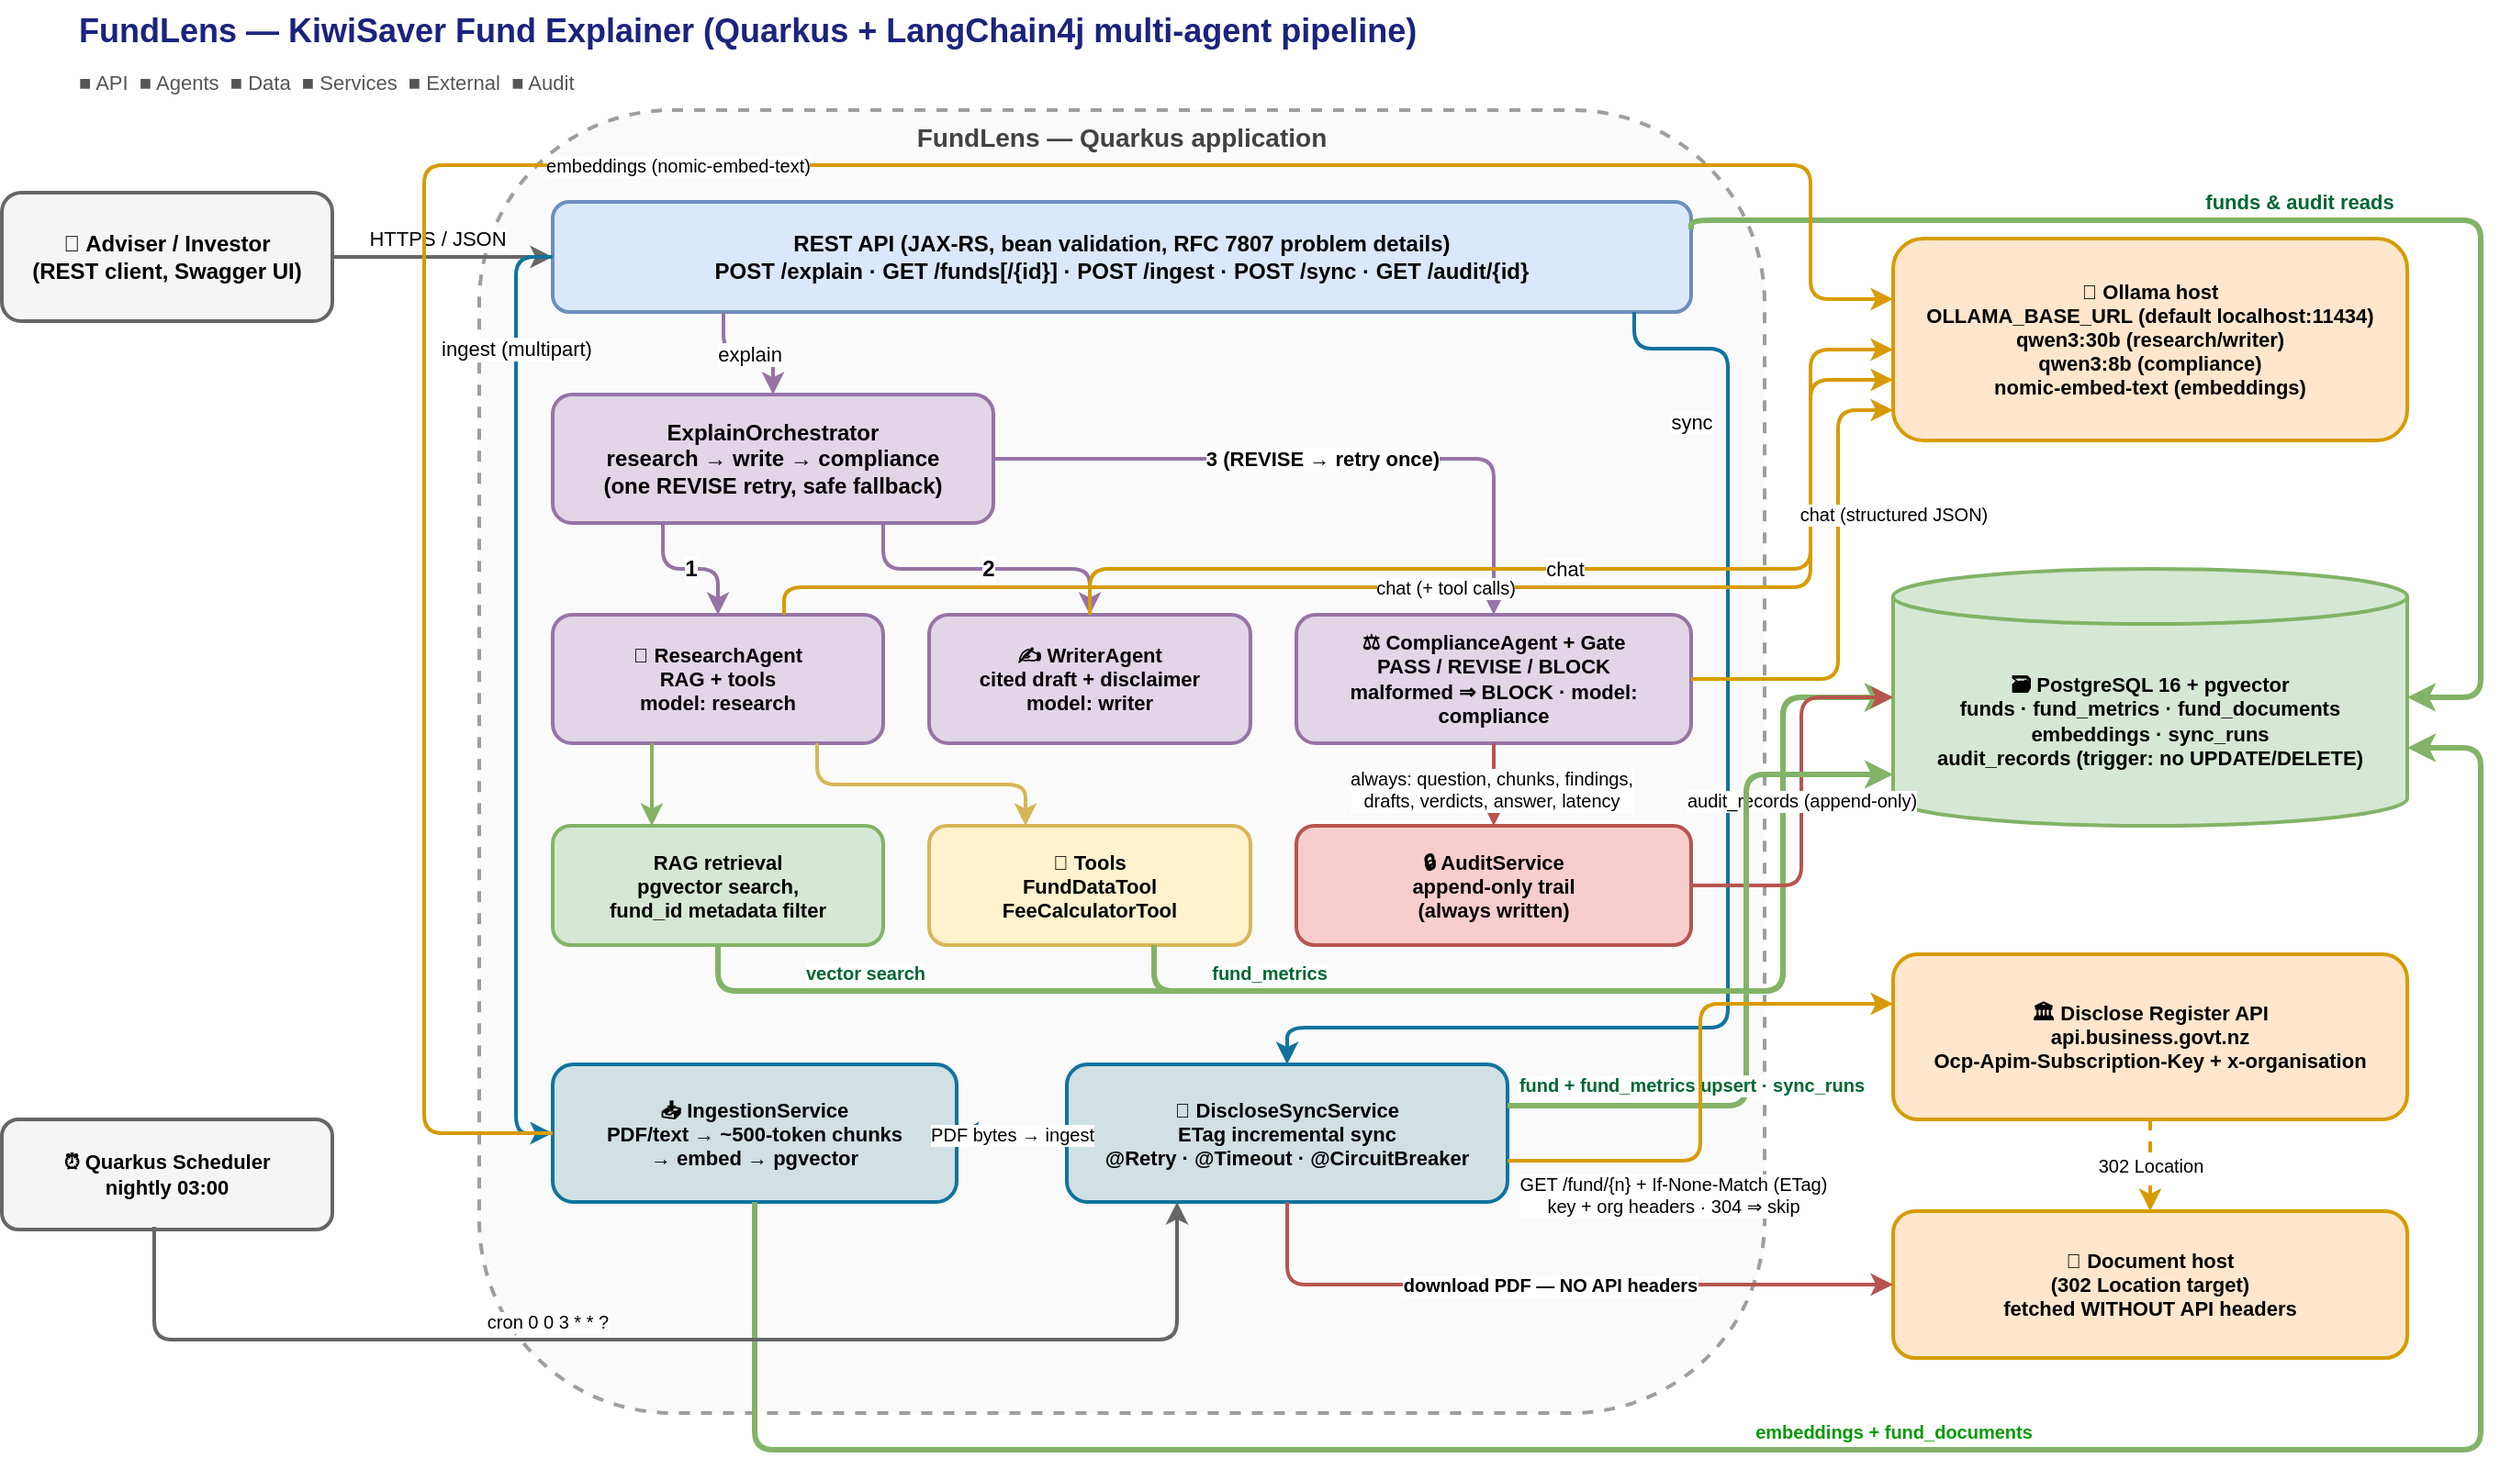
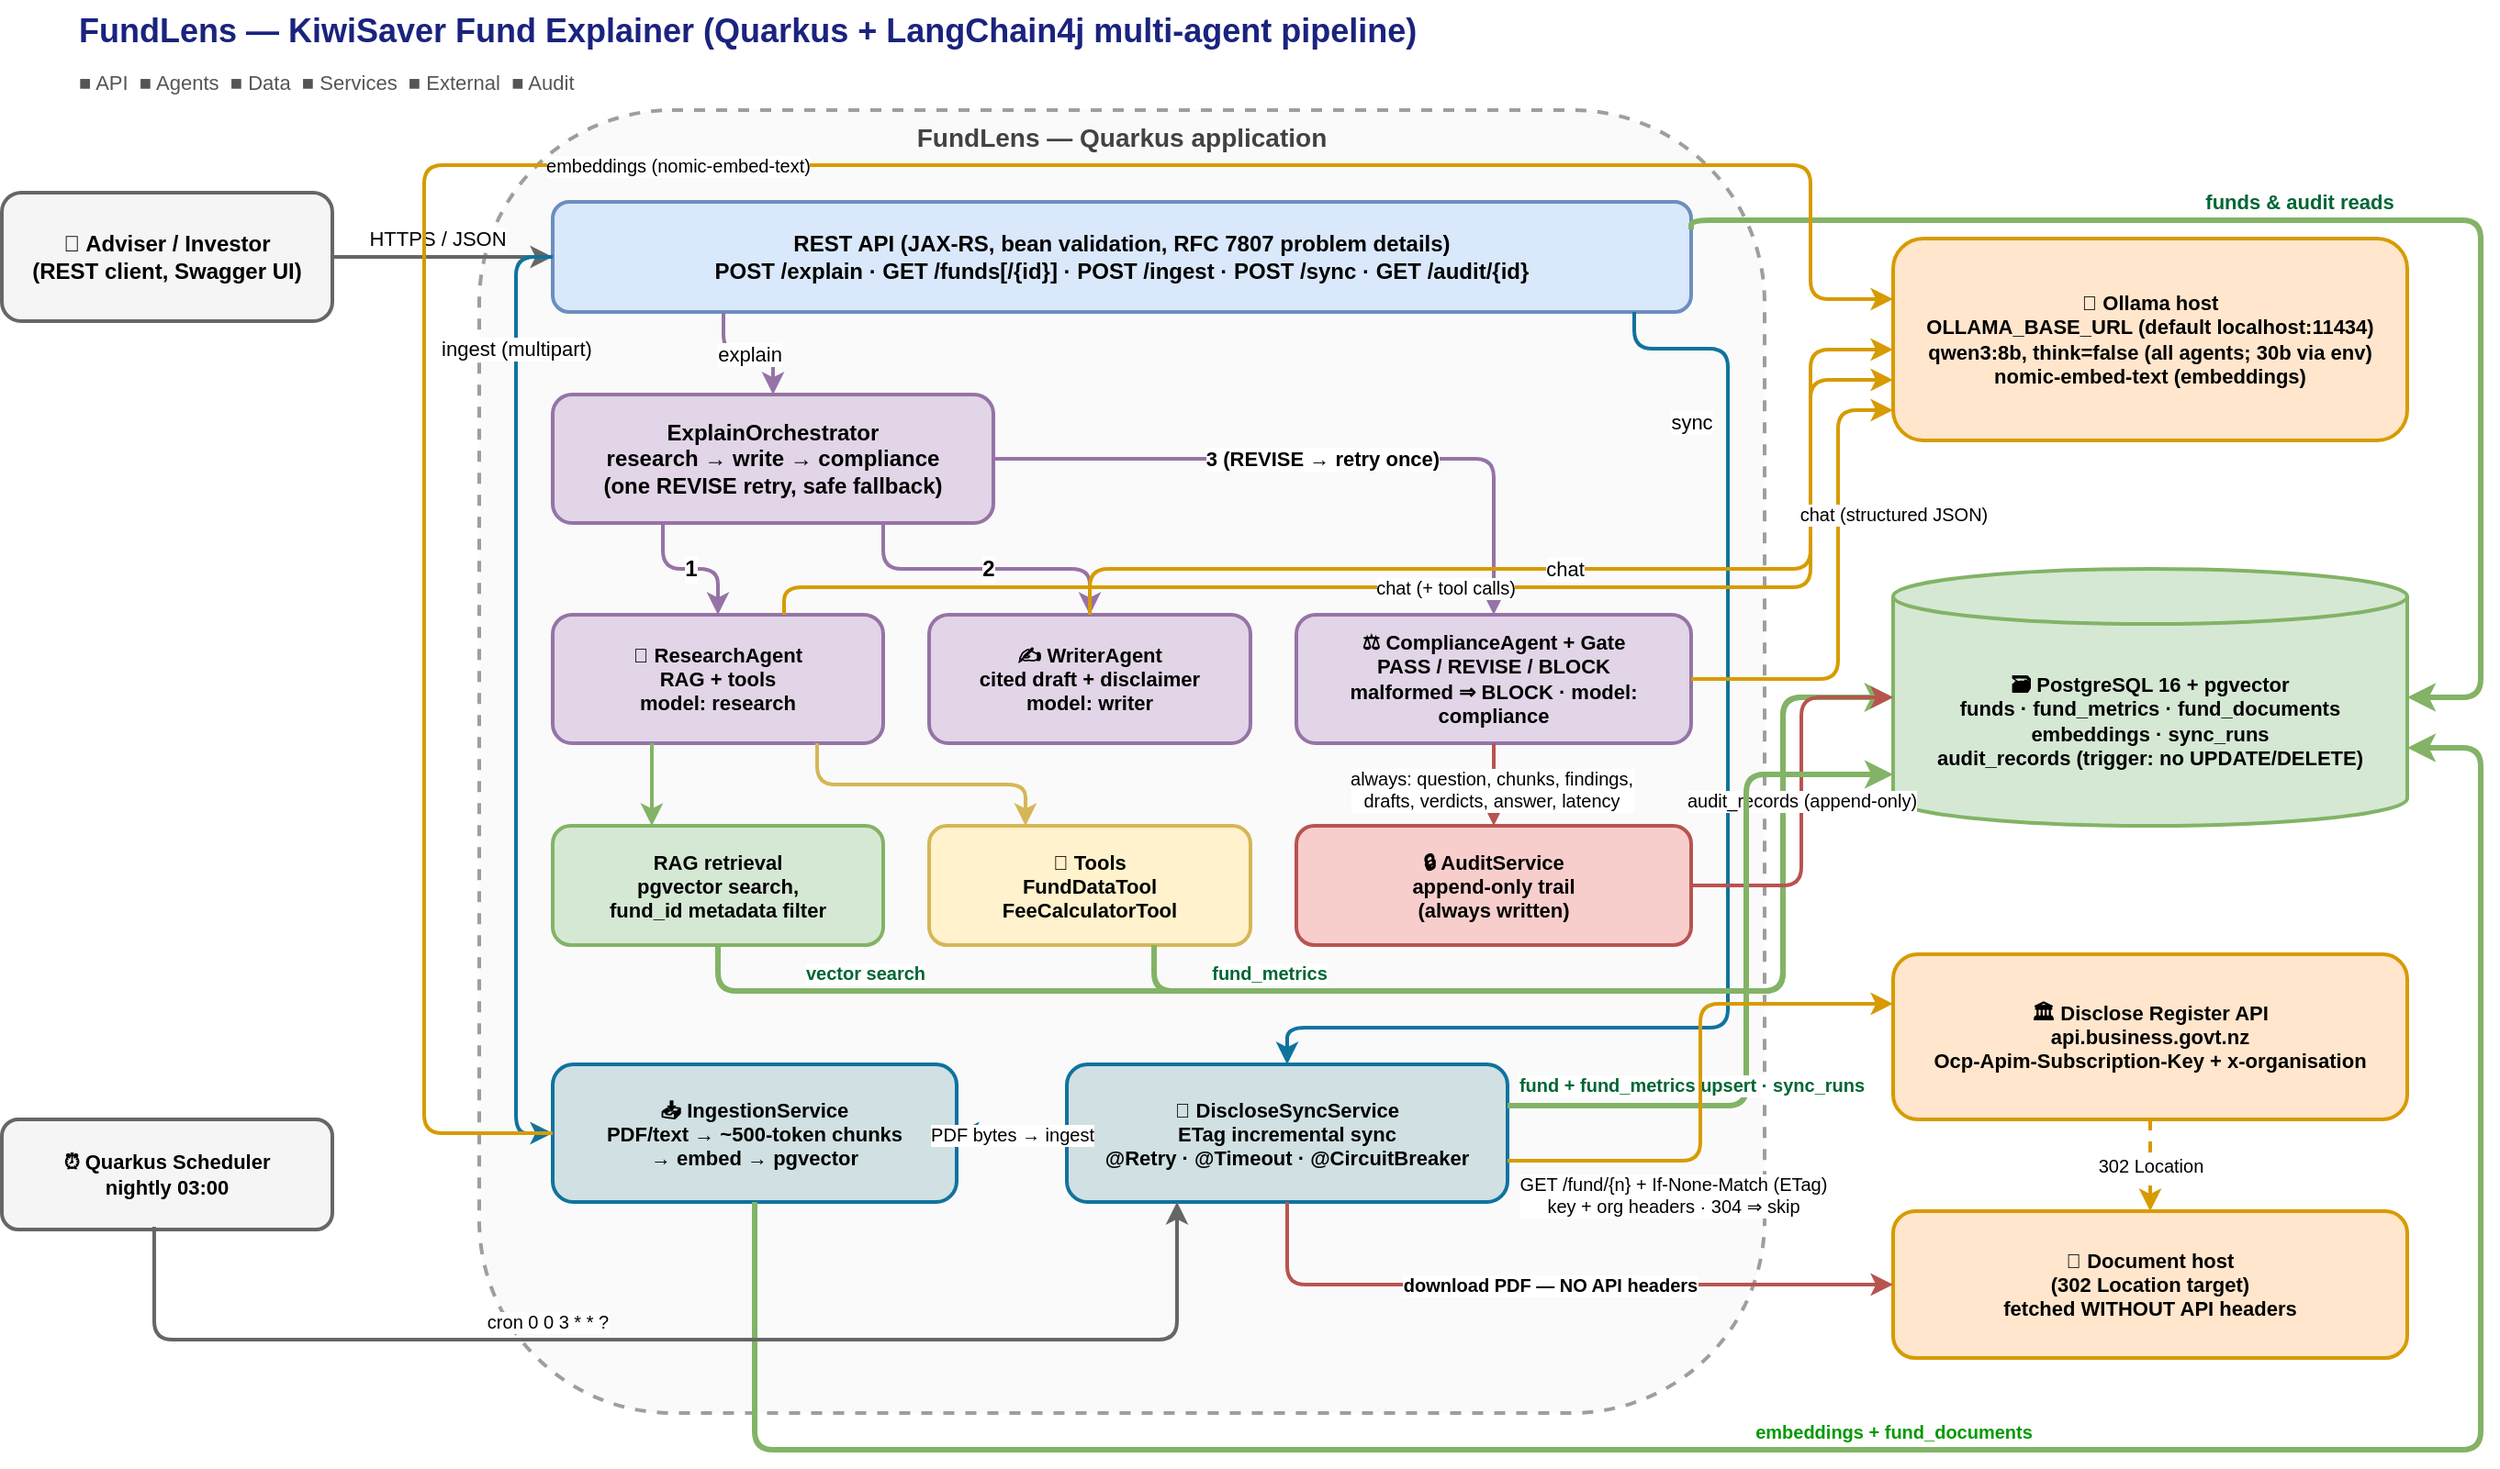
<mxfile host="Electron" agent="FundLens">
  <diagram id="fundlens-arch" name="FundLens Architecture">
    <mxGraphModel dx="2779" dy="850" grid="1" gridSize="10" guides="1" tooltips="1" connect="1" arrows="1" fold="1" page="1" pageScale="1" pageWidth="1400" pageHeight="950" math="0" shadow="0">
      <root>
        <mxCell id="0" />
        <mxCell id="1" parent="0" />
        <mxCell id="title" parent="1" style="text;html=1;fontSize=18;fontStyle=1;fontColor=#1A237E;align=left;" value="FundLens — KiwiSaver Fund Explainer (Quarkus + LangChain4j multi-agent pipeline)" vertex="1">
          <mxGeometry height="30" width="900" x="40" y="20" as="geometry" />
        </mxCell>
        <mxCell id="legend" parent="1" style="text;html=1;fontSize=11;fontColor=#555555;align=left;" value="■ API  ■ Agents  ■ Data  ■ Services  ■ External  ■ Audit" vertex="1">
          <mxGeometry height="20" width="600" x="40" y="52" as="geometry" />
        </mxCell>
        <mxCell id="client" parent="1" style="rounded=1;whiteSpace=wrap;html=1;fillColor=#f5f5f5;strokeColor=#666666;fontSize=12;fontStyle=1;strokeWidth=2;" value="👤 Adviser / Investor&#xa;(REST client, Swagger UI)" vertex="1">
          <mxGeometry height="70" width="180" y="125" as="geometry" />
        </mxCell>
        <mxCell id="scheduler" parent="1" style="rounded=1;whiteSpace=wrap;html=1;fillColor=#f5f5f5;strokeColor=#666666;fontSize=11;fontStyle=1;strokeWidth=2;" value="⏰ Quarkus Scheduler&#xa;nightly 03:00" vertex="1">
          <mxGeometry height="60" width="180" y="630" as="geometry" />
        </mxCell>
        <mxCell id="app" parent="1" style="rounded=1;whiteSpace=wrap;html=1;fillColor=#FAFAFA;strokeColor=#9E9E9E;verticalAlign=top;fontSize=14;fontStyle=1;fontColor=#424242;dashed=1;strokeWidth=2;" value="FundLens — Quarkus application" vertex="1">
          <mxGeometry height="710" width="700" x="260" y="80" as="geometry" />
        </mxCell>
        <mxCell id="api" parent="1" style="rounded=1;whiteSpace=wrap;html=1;fillColor=#dae8fc;strokeColor=#6c8ebf;fontSize=12;fontStyle=1;strokeWidth=2;" value="REST API (JAX-RS, bean validation, RFC 7807 problem details)&#xa;POST /explain · GET /funds[/{id}] · POST /ingest · POST /sync · GET /audit/{id}" vertex="1">
          <mxGeometry height="60" width="620" x="300" y="130" as="geometry" />
        </mxCell>
        <mxCell id="orchestrator" parent="1" style="rounded=1;whiteSpace=wrap;html=1;fillColor=#e1d5e7;strokeColor=#9673a6;fontSize=12;fontStyle=1;strokeWidth=2;" value="ExplainOrchestrator&#xa;research → write → compliance&#xa;(one REVISE retry, safe fallback)" vertex="1">
          <mxGeometry height="70" width="240" x="300" y="235" as="geometry" />
        </mxCell>
        <mxCell id="research" parent="1" style="rounded=1;whiteSpace=wrap;html=1;fillColor=#e1d5e7;strokeColor=#9673a6;fontSize=11;fontStyle=1;strokeWidth=2;" value="🤖 ResearchAgent&#xa;RAG + tools&#xa;model: research" vertex="1">
          <mxGeometry height="70" width="180" x="300" y="355" as="geometry" />
        </mxCell>
        <mxCell id="writer" parent="1" style="rounded=1;whiteSpace=wrap;html=1;fillColor=#e1d5e7;strokeColor=#9673a6;fontSize=11;fontStyle=1;strokeWidth=2;" value="✍ WriterAgent&#xa;cited draft + disclaimer&#xa;model: writer" vertex="1">
          <mxGeometry height="70" width="175" x="505" y="355" as="geometry" />
        </mxCell>
        <mxCell id="compliance" parent="1" style="rounded=1;whiteSpace=wrap;html=1;fillColor=#e1d5e7;strokeColor=#9673a6;fontSize=11;fontStyle=1;strokeWidth=2;" value="⚖ ComplianceAgent + Gate&#xa;PASS / REVISE / BLOCK&#xa;malformed ⇒ BLOCK · model: compliance" vertex="1">
          <mxGeometry height="70" width="215" x="705" y="355" as="geometry" />
        </mxCell>
        <mxCell id="rag" parent="1" style="rounded=1;whiteSpace=wrap;html=1;fillColor=#d5e8d4;strokeColor=#82b366;fontSize=11;fontStyle=1;strokeWidth=2;" value="RAG retrieval&#xa;pgvector search,&#xa;fund_id metadata filter" vertex="1">
          <mxGeometry height="65" width="180" x="300" y="470" as="geometry" />
        </mxCell>
        <mxCell id="tools" parent="1" style="rounded=1;whiteSpace=wrap;html=1;fillColor=#fff2cc;strokeColor=#d6b656;fontSize=11;fontStyle=1;strokeWidth=2;" value="🔧 Tools&#xa;FundDataTool&#xa;FeeCalculatorTool" vertex="1">
          <mxGeometry height="65" width="175" x="505" y="470" as="geometry" />
        </mxCell>
        <mxCell id="audit" parent="1" style="rounded=1;whiteSpace=wrap;html=1;fillColor=#f8cecc;strokeColor=#b85450;fontSize=11;fontStyle=1;strokeWidth=2;" value="🔒 AuditService&#xa;append-only trail&#xa;(always written)" vertex="1">
          <mxGeometry height="65" width="215" x="705" y="470" as="geometry" />
        </mxCell>
        <mxCell id="ingestion" parent="1" style="rounded=1;whiteSpace=wrap;html=1;fillColor=#d0e0e3;strokeColor=#10739e;fontSize=11;fontStyle=1;strokeWidth=2;" value="📥 IngestionService&#xa;PDF/text → ~500-token chunks&#xa;→ embed → pgvector" vertex="1">
          <mxGeometry height="75" width="220" x="300" y="600" as="geometry" />
        </mxCell>
        <mxCell id="sync" parent="1" style="rounded=1;whiteSpace=wrap;html=1;fillColor=#d0e0e3;strokeColor=#10739e;fontSize=11;fontStyle=1;strokeWidth=2;" value="🔄 DiscloseSyncService&#xa;ETag incremental sync&#xa;@Retry · @Timeout · @CircuitBreaker" vertex="1">
          <mxGeometry height="75" width="240" x="580" y="600" as="geometry" />
        </mxCell>
-         <mxCell id="ollama" parent="1" style="rounded=1;whiteSpace=wrap;html=1;fillColor=#ffe6cc;strokeColor=#d79b00;fontSize=11;fontStyle=1;strokeWidth=2;" value="🧠 Ollama host&#xa;OLLAMA_BASE_URL (default localhost:11434)&#xa;qwen3:30b (research/writer)&#xa;qwen3:8b (compliance)&#xa;nomic-embed-text (embeddings)" vertex="1">
+         <mxCell id="ollama" parent="1" style="rounded=1;whiteSpace=wrap;html=1;fillColor=#ffe6cc;strokeColor=#d79b00;fontSize=11;fontStyle=1;strokeWidth=2;" value="🧠 Ollama host&#xa;OLLAMA_BASE_URL (default localhost:11434)&#xa;qwen3:8b, think=false (all agents; 30b via env)&#xa;nomic-embed-text (embeddings)" vertex="1">
          <mxGeometry height="110" width="280" x="1030" y="150" as="geometry" />
        </mxCell>
        <mxCell id="postgres" parent="1" style="shape=cylinder3;whiteSpace=wrap;html=1;boundedLbl=1;backgroundOutline=1;size=15;fillColor=#d5e8d4;strokeColor=#82b366;fontSize=11;fontStyle=1;strokeWidth=2;" value="🗃 PostgreSQL 16 + pgvector&#xa;funds · fund_metrics · fund_documents&#xa;embeddings · sync_runs&#xa;audit_records (trigger: no UPDATE/DELETE)" vertex="1">
          <mxGeometry height="140" width="280" x="1030" y="330" as="geometry" />
        </mxCell>
        <mxCell id="disclose" parent="1" style="rounded=1;whiteSpace=wrap;html=1;fillColor=#ffe6cc;strokeColor=#d79b00;fontSize=11;fontStyle=1;strokeWidth=2;" value="🏛 Disclose Register API&#xa;api.business.govt.nz&#xa;Ocp-Apim-Subscription-Key + x-organisation" vertex="1">
          <mxGeometry height="90" width="280" x="1030" y="540" as="geometry" />
        </mxCell>
        <mxCell id="filehost" parent="1" style="rounded=1;whiteSpace=wrap;html=1;fillColor=#ffe6cc;strokeColor=#d79b00;fontSize=11;fontStyle=1;strokeWidth=2;" value="📄 Document host&#xa;(302 Location target)&#xa;fetched WITHOUT API headers" vertex="1">
          <mxGeometry height="80" width="280" x="1030" y="680" as="geometry" />
        </mxCell>
        <mxCell id="eClientApi" edge="1" parent="1" source="client" style="edgeStyle=orthogonalEdgeStyle;rounded=1;html=1;strokeColor=#666666;strokeWidth=2;fontSize=11;labelBackgroundColor=#ffffff;exitX=1;exitY=0.5;entryX=0;entryY=0.5;" target="api" value="HTTPS / JSON">
          <mxGeometry relative="1" x="0.037" y="11" as="geometry">
            <mxPoint x="-5" y="1" as="offset" />
          </mxGeometry>
        </mxCell>
        <mxCell id="eApiOrch" edge="1" parent="1" source="api" style="edgeStyle=orthogonalEdgeStyle;rounded=1;html=1;strokeColor=#9673a6;strokeWidth=2;fontSize=11;labelBackgroundColor=#ffffff;exitX=0.15;exitY=1;entryX=0.5;entryY=0;" target="orchestrator" value="explain">
          <mxGeometry relative="1" as="geometry" />
        </mxCell>
        <mxCell id="eApiIngest" edge="1" parent="1" source="api" style="edgeStyle=orthogonalEdgeStyle;rounded=1;html=1;strokeColor=#10739e;strokeWidth=2;fontSize=11;labelBackgroundColor=#ffffff;exitX=0;exitY=0.5;entryX=0;entryY=0.5;" target="ingestion" value="ingest (multipart)">
          <mxGeometry relative="1" x="-0.7295" as="geometry">
            <mxPoint as="offset" />
            <Array as="points">
              <mxPoint x="280" y="160" />
              <mxPoint x="280" y="637" />
            </Array>
          </mxGeometry>
        </mxCell>
        <mxCell id="eApiSync" edge="1" parent="1" source="api" style="edgeStyle=orthogonalEdgeStyle;rounded=1;html=1;strokeColor=#10739e;strokeWidth=2;fontSize=11;labelBackgroundColor=#ffffff;exitX=0.95;exitY=1;entryX=0.5;entryY=0;" target="sync" value="sync">
          <mxGeometry relative="1" x="-0.6833" y="-20" as="geometry">
            <mxPoint as="offset" />
            <Array as="points">
              <mxPoint x="940" y="210" />
              <mxPoint x="940" y="580" />
              <mxPoint x="700" y="580" />
            </Array>
          </mxGeometry>
        </mxCell>
        <mxCell id="eApiPg" edge="1" parent="1" source="api" style="rounded=1;html=1;strokeColor=#82b366;strokeWidth=3;fontSize=11;labelBackgroundColor=#ffffff;entryX=1;entryY=0.5;entryDx=0;entryDy=0;entryPerimeter=0;edgeStyle=orthogonalEdgeStyle;exitX=1;exitY=0.25;exitDx=0;exitDy=0;" target="postgres" value="&lt;b&gt;&lt;font style=&quot;color: rgb(0, 102, 51);&quot;&gt;funds &amp;amp; audit reads&lt;/font&gt;&lt;/b&gt;">
          <mxGeometry relative="1" x="-0.087" y="10" as="geometry">
            <mxPoint as="offset" />
            <Array as="points">
              <mxPoint x="920" y="140" />
              <mxPoint x="1350" y="140" />
              <mxPoint x="1350" y="400" />
            </Array>
          </mxGeometry>
        </mxCell>
        <mxCell id="eOrchResearch" edge="1" parent="1" source="orchestrator" style="edgeStyle=orthogonalEdgeStyle;rounded=1;html=1;strokeColor=#9673a6;strokeWidth=2;fontSize=12;fontStyle=1;labelBackgroundColor=#ffffff;exitX=0.25;exitY=1;entryX=0.5;entryY=0;" target="research" value="1">
          <mxGeometry relative="1" as="geometry" />
        </mxCell>
        <mxCell id="eOrchWriter" edge="1" parent="1" source="orchestrator" style="edgeStyle=orthogonalEdgeStyle;rounded=1;html=1;strokeColor=#9673a6;strokeWidth=2;fontSize=12;fontStyle=1;labelBackgroundColor=#ffffff;exitX=0.75;exitY=1;entryX=0.5;entryY=0;" target="writer" value="2">
          <mxGeometry relative="1" as="geometry" />
        </mxCell>
        <mxCell id="eOrchCompliance" edge="1" parent="1" source="orchestrator" style="edgeStyle=orthogonalEdgeStyle;rounded=1;html=1;strokeColor=#9673a6;strokeWidth=2;fontSize=11;fontStyle=1;labelBackgroundColor=#ffffff;exitX=1;exitY=0.5;entryX=0.5;entryY=0;" target="compliance" value="3 (REVISE → retry once)">
          <mxGeometry relative="1" as="geometry">
            <Array as="points">
              <mxPoint x="812" y="270" />
            </Array>
          </mxGeometry>
        </mxCell>
        <mxCell id="eResearchRag" edge="1" parent="1" source="research" style="edgeStyle=orthogonalEdgeStyle;rounded=1;html=1;strokeColor=#82b366;strokeWidth=2;fontSize=11;exitX=0.3;exitY=1;entryX=0.3;entryY=0;" target="rag" value="">
          <mxGeometry relative="1" as="geometry" />
        </mxCell>
        <mxCell id="eResearchTools" edge="1" parent="1" source="research" style="edgeStyle=orthogonalEdgeStyle;rounded=1;html=1;strokeColor=#d6b656;strokeWidth=2;fontSize=11;exitX=0.8;exitY=1;entryX=0.3;entryY=0;" target="tools" value="">
          <mxGeometry relative="1" as="geometry" />
        </mxCell>
        <mxCell id="eOrchAudit" edge="1" parent="1" source="compliance" style="edgeStyle=orthogonalEdgeStyle;rounded=1;html=1;strokeColor=#b85450;strokeWidth=2;fontSize=10;labelBackgroundColor=#ffffff;exitX=0.5;exitY=1;entryX=0.5;entryY=0;dashed=0;" target="audit" value="always: question, chunks, findings,&#xa;drafts, verdicts, answer, latency">
          <mxGeometry relative="1" x="0.1111" y="-2" as="geometry">
            <mxPoint as="offset" />
          </mxGeometry>
        </mxCell>
        <mxCell id="eResearchOllama" edge="1" parent="1" source="research" style="edgeStyle=orthogonalEdgeStyle;rounded=1;html=1;strokeColor=#d79b00;strokeWidth=2;fontSize=10;labelBackgroundColor=#ffffff;exitX=0.7;exitY=0;entryX=0;entryY=0.55;" target="ollama" value="chat (+ tool calls)">
          <mxGeometry relative="1" as="geometry">
            <Array as="points">
              <mxPoint x="426" y="340" />
              <mxPoint x="985" y="340" />
              <mxPoint x="985" y="211" />
            </Array>
          </mxGeometry>
        </mxCell>
        <mxCell id="eWriterOllama" edge="1" parent="1" source="writer" style="edgeStyle=orthogonalEdgeStyle;rounded=1;html=1;strokeColor=#d79b00;strokeWidth=2;fontSize=11;labelBackgroundColor=#ffffff;exitX=0.5;exitY=0;entryX=0;entryY=0.7;" target="ollama" value="chat">
          <mxGeometry relative="1" as="geometry">
            <Array as="points">
              <mxPoint x="592" y="330" />
              <mxPoint x="985" y="330" />
              <mxPoint x="985" y="227" />
            </Array>
          </mxGeometry>
        </mxCell>
        <mxCell id="eComplianceOllama" edge="1" parent="1" source="compliance" style="edgeStyle=orthogonalEdgeStyle;rounded=1;html=1;strokeColor=#d79b00;strokeWidth=2;fontSize=10;labelBackgroundColor=#ffffff;exitX=1;exitY=0.5;entryX=0;entryY=0.85;" target="ollama" value="chat (structured JSON)">
          <mxGeometry relative="1" x="0.3255" y="-30" as="geometry">
            <mxPoint as="offset" />
            <Array as="points">
              <mxPoint x="1000" y="390" />
              <mxPoint x="1000" y="243" />
            </Array>
          </mxGeometry>
        </mxCell>
        <mxCell id="eIngestOllama" edge="1" parent="1" source="ingestion" style="edgeStyle=orthogonalEdgeStyle;rounded=1;html=1;strokeColor=#d79b00;strokeWidth=2;fontSize=10;labelBackgroundColor=#ffffff;exitX=0;exitY=0.5;entryX=0;entryY=0.3;" target="ollama" value="embeddings (nomic-embed-text)">
          <mxGeometry relative="1" as="geometry">
            <Array as="points">
              <mxPoint x="230" y="638" />
              <mxPoint x="230" y="110" />
              <mxPoint x="985" y="110" />
              <mxPoint x="985" y="183" />
            </Array>
          </mxGeometry>
        </mxCell>
        <mxCell id="eRagPg" edge="1" parent="1" source="rag" style="edgeStyle=orthogonalEdgeStyle;rounded=1;html=1;strokeColor=#82b366;strokeWidth=3;fontSize=10;labelBackgroundColor=#ffffff;exitX=0.5;exitY=1;entryX=0;entryY=0.5;" target="postgres" value="&lt;b&gt;&lt;font style=&quot;color: rgb(0, 102, 51);&quot;&gt;vector search&lt;/font&gt;&lt;/b&gt;">
          <mxGeometry relative="1" x="-0.7455" y="10" as="geometry">
            <mxPoint as="offset" />
            <Array as="points">
              <mxPoint x="390" y="560" />
              <mxPoint x="970" y="560" />
              <mxPoint x="970" y="400" />
            </Array>
          </mxGeometry>
        </mxCell>
        <mxCell id="eToolsPg" edge="1" parent="1" source="tools" style="edgeStyle=orthogonalEdgeStyle;rounded=1;html=1;strokeColor=#82b366;strokeWidth=3;fontSize=10;labelBackgroundColor=#ffffff;exitX=0.7;exitY=1;entryX=0;entryY=0.5;" target="postgres" value="&lt;b&gt;&lt;font style=&quot;color: rgb(0, 102, 51);&quot;&gt;fund_metrics&lt;/font&gt;&lt;/b&gt;">
          <mxGeometry relative="1" x="-0.7021" y="10" as="geometry">
            <mxPoint as="offset" />
            <Array as="points">
              <mxPoint x="627" y="560" />
              <mxPoint x="970" y="560" />
              <mxPoint x="970" y="400" />
            </Array>
          </mxGeometry>
        </mxCell>
        <mxCell id="eAuditPg" edge="1" parent="1" source="audit" style="edgeStyle=orthogonalEdgeStyle;rounded=1;html=1;strokeColor=#b85450;strokeWidth=2;fontSize=10;labelBackgroundColor=#ffffff;exitX=1;exitY=0.5;entryX=0;entryY=0.5;" target="postgres" value="audit_records (append-only)">
          <mxGeometry relative="1" as="geometry">
            <Array as="points">
              <mxPoint x="980" y="503" />
              <mxPoint x="980" y="400" />
            </Array>
          </mxGeometry>
        </mxCell>
        <mxCell id="eIngestPg" edge="1" parent="1" source="ingestion" style="edgeStyle=orthogonalEdgeStyle;rounded=1;html=1;strokeColor=#82b366;strokeWidth=3;fontSize=10;labelBackgroundColor=#ffffff;exitX=0.5;exitY=1;entryX=1;entryY=0;entryDx=0;entryDy=97.5;entryPerimeter=0;" target="postgres" value="&lt;b&gt;&lt;font style=&quot;color: rgb(0, 153, 0);&quot;&gt;embeddings + fund_documents&lt;/font&gt;&lt;/b&gt;">
          <mxGeometry relative="1" x="0.0083" y="10" as="geometry">
            <mxPoint as="offset" />
            <Array as="points">
              <mxPoint x="410" y="810" />
              <mxPoint x="1350" y="810" />
              <mxPoint x="1350" y="428" />
            </Array>
          </mxGeometry>
        </mxCell>
        <mxCell id="eSyncPg" edge="1" parent="1" source="sync" style="rounded=1;html=1;strokeColor=#82b366;strokeWidth=3;fontSize=10;labelBackgroundColor=#ffffff;exitX=1;exitY=0.3;entryX=0;entryY=0.8;edgeStyle=orthogonalEdgeStyle;" target="postgres" value="&lt;font style=&quot;color: rgb(0, 102, 51);&quot;&gt;&lt;b style=&quot;&quot;&gt;fund + fund_metrics upsert · sync_runs&lt;/b&gt;&lt;/font&gt;">
          <mxGeometry relative="1" x="-0.4878" y="13" as="geometry">
            <mxPoint y="1" as="offset" />
            <Array as="points">
              <mxPoint x="950" y="623" />
              <mxPoint x="950" y="442" />
            </Array>
          </mxGeometry>
        </mxCell>
        <mxCell id="eSyncDisclose" edge="1" parent="1" source="sync" style="edgeStyle=orthogonalEdgeStyle;rounded=1;html=1;strokeColor=#d79b00;strokeWidth=2;fontSize=10;labelBackgroundColor=#ffffff;exitX=1;exitY=0.7;entryX=0;entryY=0.3;" target="disclose" value="GET /fund/{n} + If-None-Match (ETag)&#xa;key + org headers · 304 ⇒ skip">
          <mxGeometry relative="1" x="-0.3909" y="-17" as="geometry">
            <mxPoint y="1" as="offset" />
            <Array as="points">
              <mxPoint x="925" y="653" />
              <mxPoint x="925" y="567" />
            </Array>
          </mxGeometry>
        </mxCell>
        <mxCell id="eDiscloseFilehost" edge="1" parent="1" source="disclose" style="edgeStyle=orthogonalEdgeStyle;rounded=1;html=1;strokeColor=#d79b00;strokeWidth=2;fontSize=10;labelBackgroundColor=#ffffff;dashed=1;exitX=0.5;exitY=1;entryX=0.5;entryY=0;" target="filehost" value="302 Location">
          <mxGeometry relative="1" as="geometry" />
        </mxCell>
        <mxCell id="eSyncFilehost" edge="1" parent="1" source="sync" style="edgeStyle=orthogonalEdgeStyle;rounded=1;html=1;strokeColor=#b85450;strokeWidth=2;fontSize=10;fontStyle=1;labelBackgroundColor=#ffffff;exitX=0.5;exitY=1;entryX=0;entryY=0.5;" target="filehost" value="download PDF — NO API headers">
          <mxGeometry relative="1" as="geometry">
            <Array as="points">
              <mxPoint x="700" y="720" />
            </Array>
          </mxGeometry>
        </mxCell>
        <mxCell id="eSyncIngest" edge="1" parent="1" source="sync" style="edgeStyle=orthogonalEdgeStyle;rounded=1;html=1;strokeColor=#10739e;strokeWidth=2;fontSize=10;labelBackgroundColor=#ffffff;exitX=0;exitY=0.5;entryX=1;entryY=0.5;" target="ingestion" value="PDF bytes → ingest">
          <mxGeometry relative="1" as="geometry" />
        </mxCell>
        <mxCell id="eSchedulerSync" edge="1" parent="1" source="scheduler" style="rounded=1;html=1;strokeColor=#666666;strokeWidth=2;fontSize=10;labelBackgroundColor=#ffffff;exitX=0.461;exitY=0.975;entryX=0.25;entryY=1;entryDx=0;entryDy=0;edgeStyle=orthogonalEdgeStyle;exitDx=0;exitDy=0;exitPerimeter=0;" target="sync" value="cron 0 0 3 * * ?">
          <mxGeometry relative="1" x="-0.2038" y="10" as="geometry">
            <mxPoint as="offset" />
            <Array as="points">
              <mxPoint x="83" y="750" />
              <mxPoint x="640" y="750" />
            </Array>
          </mxGeometry>
        </mxCell>
      </root>
    </mxGraphModel>
  </diagram>
</mxfile>
